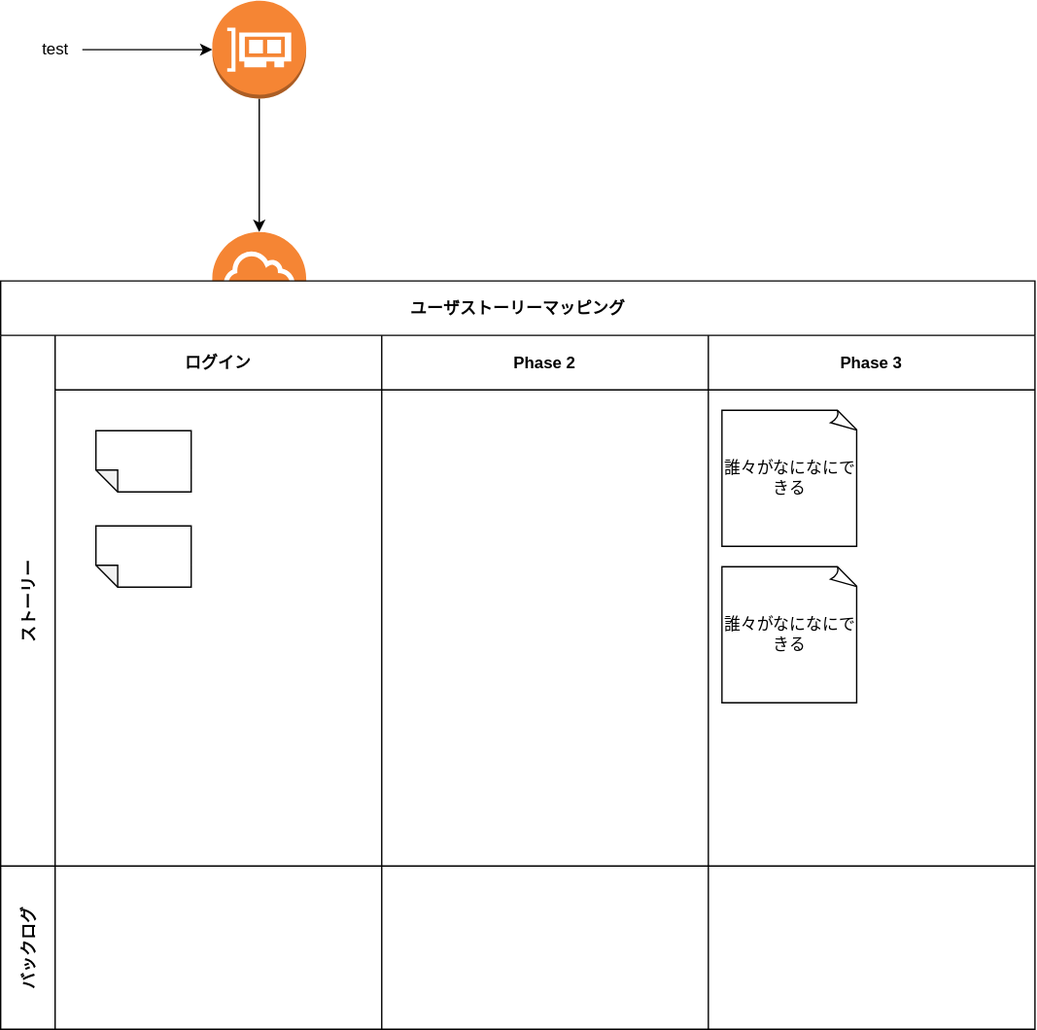
nsgwr/t3 keeps this draw.io diagram as samples.drawio.svg. Above is the earlier version. Source tidied: cells renumbered, new cells last; positions are measured from the earlier drawing's top-left corner, leaving out a move shared by most shapes.
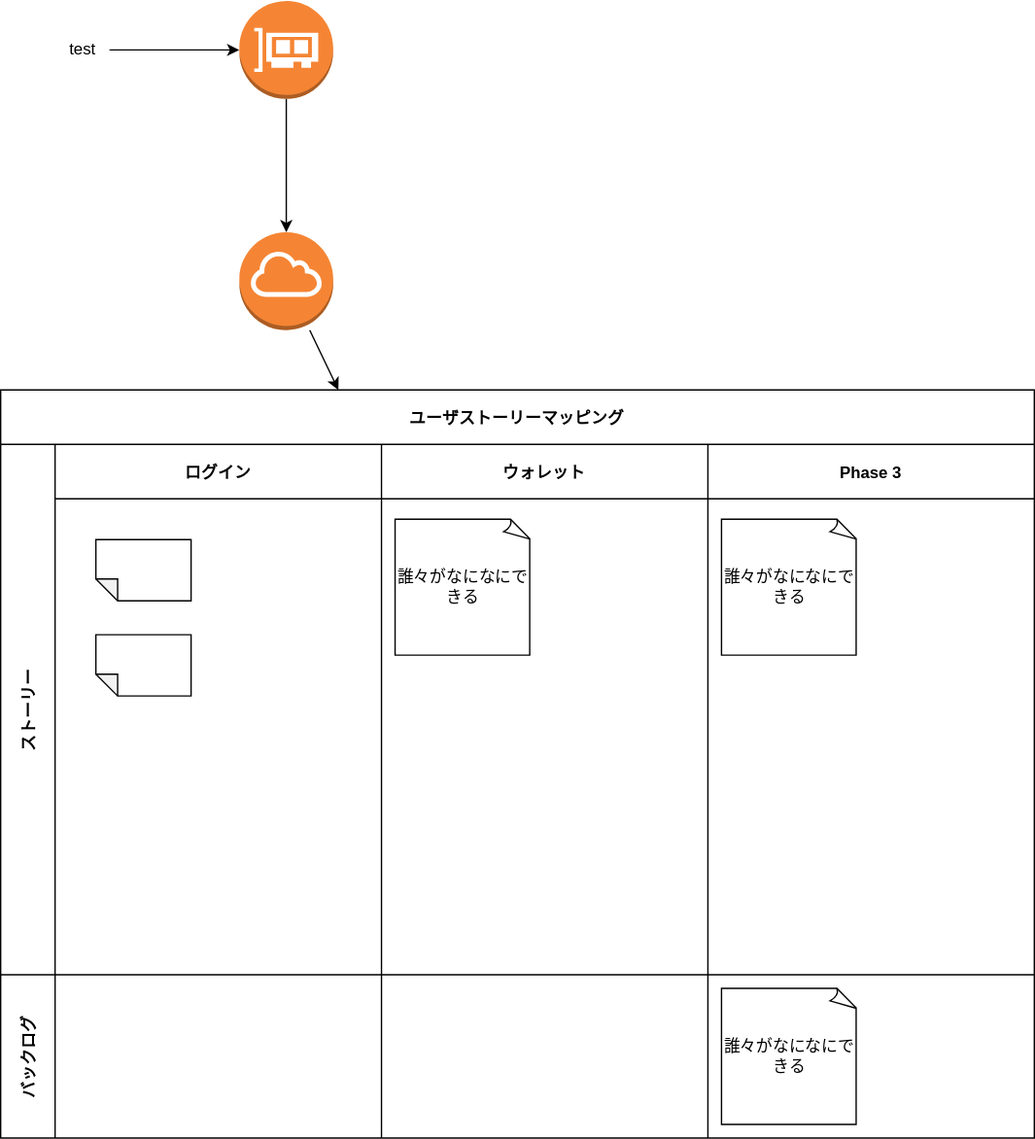
The same diagram one commit later.

Commit message:
samples.drawio.svg を更新します

What changed in the source:
```diff
@@ -21,7 +21,7 @@
       <mxGeometry x="155.5" y="170" width="69" height="72" as="geometry" />
     </mxCell>
     <mxCell id="8" value="ユーザストーリーマッピング" style="shape=table;startSize=40;fontStyle=1;" parent="1" vertex="1">
-      <mxGeometry y="206" width="760" height="550" as="geometry" />
+      <mxGeometry x="-20" y="286" width="760" height="550" as="geometry" />
     </mxCell>
     <mxCell id="9" value="ストーリー" style="shape=tableRow;horizontal=0;startSize=40;swimlaneHead=0;swimlaneBody=0;top=0;left=0;bottom=0;right=0;fillColor=none;fontStyle=1;" parent="8" vertex="1">
       <mxGeometry y="40" width="760" height="390" as="geometry" />
@@ -35,18 +35,18 @@
     <mxCell id="12" style="shape=note;whiteSpace=wrap;html=1;backgroundOutline=1;darkOpacity=0.05;size=16;rotation=-180;" parent="10" vertex="1">
       <mxGeometry x="30" y="140" width="70" height="45" as="geometry" />
     </mxCell>
-    <mxCell id="13" value="Phase 2" style="swimlane;swimlaneHead=0;swimlaneBody=0;fontStyle=0;fillColor=none;startSize=40;fontStyle=1;" parent="9" vertex="1">
+    <mxCell id="13" value="ウォレット" style="swimlane;swimlaneHead=0;swimlaneBody=0;fontStyle=0;fillColor=none;startSize=40;fontStyle=1;" parent="9" vertex="1">
       <mxGeometry x="280" width="240" height="390" as="geometry" />
     </mxCell>
+    <mxCell id="16" value="誰々がなになにできる" style="whiteSpace=wrap;html=1;shape=mxgraph.basic.document;" parent="13" vertex="1">
+      <mxGeometry x="10" y="55" width="100" height="100" as="geometry" />
+    </mxCell>
     <mxCell id="14" value="Phase 3" style="swimlane;swimlaneHead=0;swimlaneBody=0;fontStyle=0;fillColor=none;startSize=40;fontStyle=1;" parent="9" vertex="1">
       <mxGeometry x="520" width="240" height="390" as="geometry" />
     </mxCell>
     <mxCell id="15" value="誰々がなになにできる" style="whiteSpace=wrap;html=1;shape=mxgraph.basic.document;" parent="14" vertex="1">
       <mxGeometry x="10" y="55" width="100" height="100" as="geometry" />
     </mxCell>
-    <mxCell id="16" value="誰々がなになにできる" style="whiteSpace=wrap;html=1;shape=mxgraph.basic.document;" parent="14" vertex="1">
-      <mxGeometry x="10" y="170" width="100" height="100" as="geometry" />
-    </mxCell>
     <mxCell id="17" value="バックログ" style="shape=tableRow;horizontal=0;startSize=40;swimlaneHead=0;swimlaneBody=0;top=0;left=0;bottom=0;right=0;fillColor=none;fontStyle=1;" parent="8" vertex="1">
       <mxGeometry y="430" width="760" height="120" as="geometry" />
     </mxCell>
@@ -59,5 +59,8 @@
     <mxCell id="20" style="swimlane;swimlaneHead=0;swimlaneBody=0;fontStyle=0;fillColor=none;startSize=0;fontStyle=1;" parent="17" vertex="1">
       <mxGeometry x="520" width="240" height="120" as="geometry" />
     </mxCell>
+    <mxCell id="21" value="誰々がなになにできる" style="whiteSpace=wrap;html=1;shape=mxgraph.basic.document;" parent="20" vertex="1">
+      <mxGeometry x="10" y="10" width="100" height="100" as="geometry" />
+    </mxCell>
   </root>
 </mxGraphModel>
```
